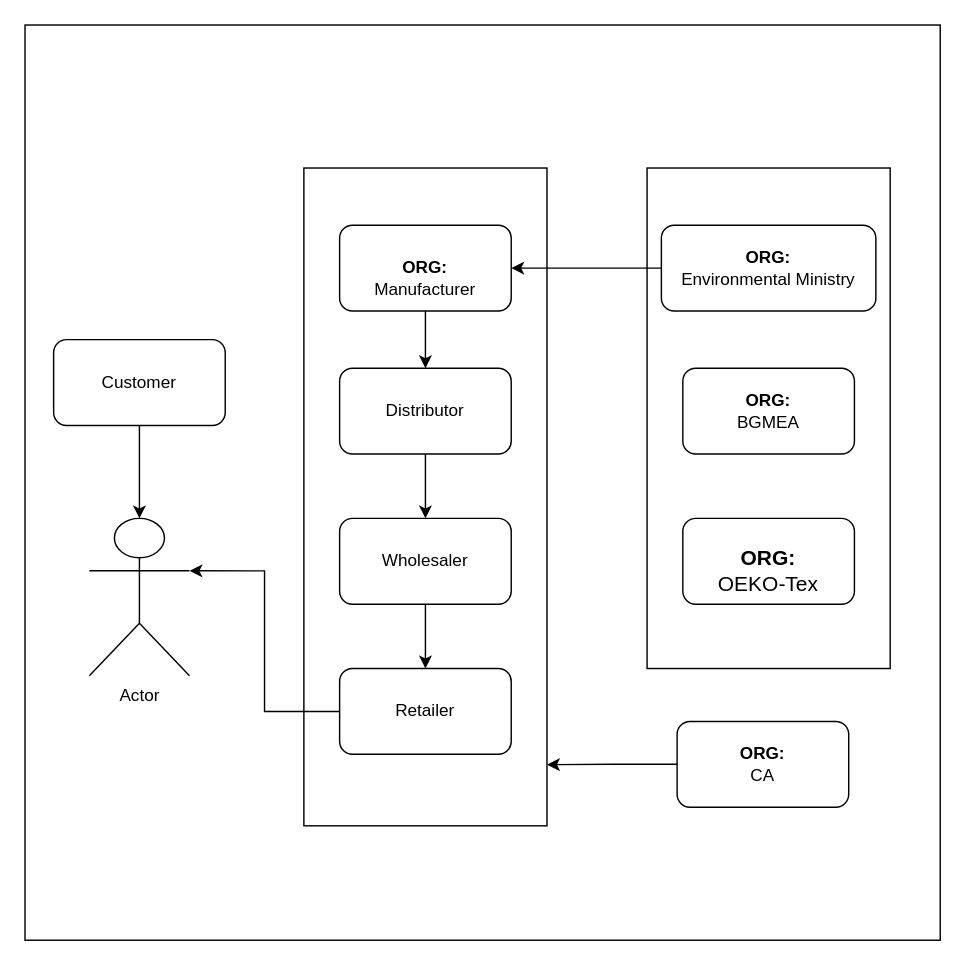
xack20/xack20 keeps this draw.io diagram as Untitled Diagram.drawio. Above is the earlier version. Source tidied: cells renumbered, new cells numbered last; positions are measured from the earlier drawing's top-left corner, leaving out a move shared by most shapes. Both pictures are drawn from the tidied source at 143%, with x=0, y=0 at pixel (24, 24).
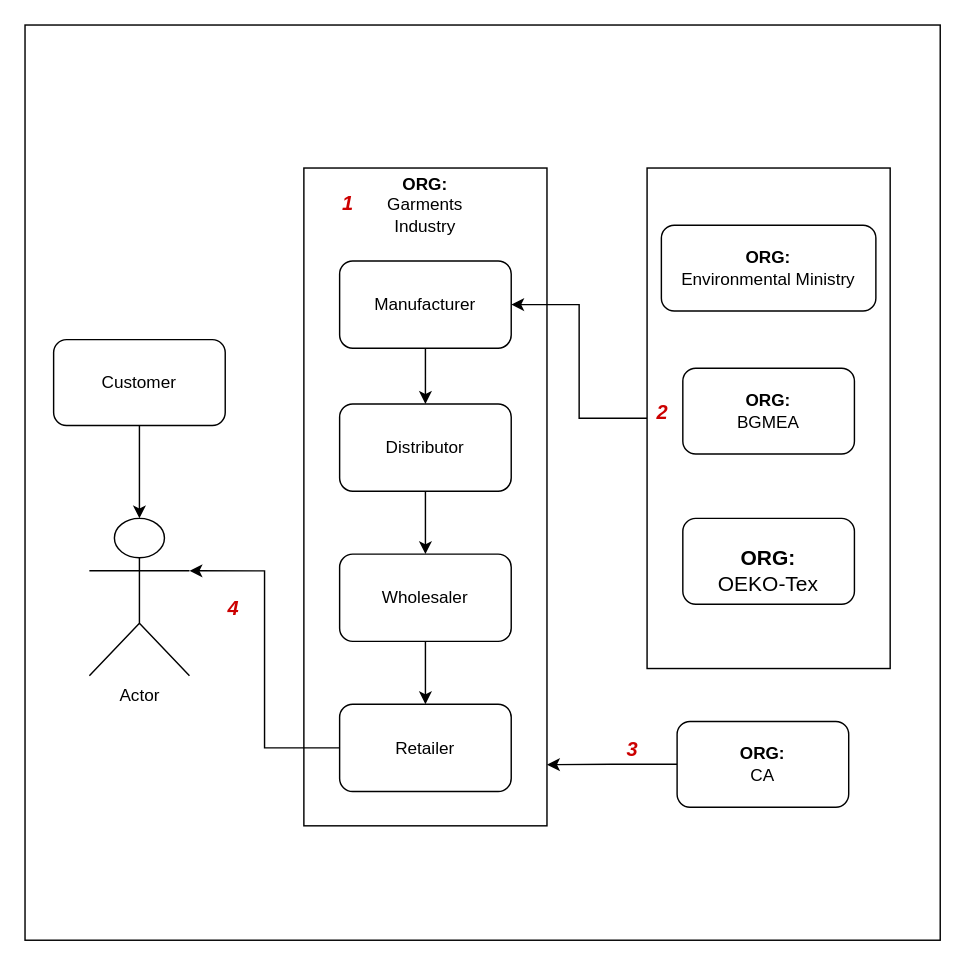
The same diagram, later.

Unchanged cells that the change refers to:
```xml
<mxCell id="17" style="rounded=0;whiteSpace=wrap;html=1;" parent="1" vertex="1">
  <mxGeometry x="435" y="100" width="170" height="350" as="geometry" />
</mxCell>
<mxCell id="21" value="&lt;b&gt;ORG:&lt;/b&gt;&lt;div&gt;Environmental Ministry&lt;/div&gt;" style="rounded=1;whiteSpace=wrap;html=1;" parent="1" vertex="1">
  <mxGeometry x="445" y="140" width="150" height="60" as="geometry" />
</mxCell>
```

Change to the diagram source:
```diff
@@
     <mxCell id="8" value="&lt;b&gt;&lt;/b&gt;&lt;div&gt;Distributor&lt;/div&gt;" style="rounded=1;whiteSpace=wrap;html=1;" parent="1" vertex="1">
-      <mxGeometry x="220" y="240" width="120" height="60" as="geometry" />
+      <mxGeometry x="220" y="265" width="120" height="61" as="geometry" />
     </mxCell>
@@
     <mxCell id="10" value="&lt;b&gt;&lt;/b&gt;&lt;div&gt;Wholesaler&lt;/div&gt;" style="rounded=1;whiteSpace=wrap;html=1;" parent="1" vertex="1">
-      <mxGeometry x="220" y="345" width="120" height="60" as="geometry" />
+      <mxGeometry x="220" y="370" width="120" height="61" as="geometry" />
     </mxCell>
@@
     <mxCell id="12" value="&lt;b&gt;&lt;/b&gt;&lt;div&gt;Retailer&lt;/div&gt;" style="rounded=1;whiteSpace=wrap;html=1;" parent="1" vertex="1">
-      <mxGeometry x="220" y="450" width="120" height="60" as="geometry" />
+      <mxGeometry x="220" y="475" width="120" height="61" as="geometry" />
     </mxCell>
@@
-    <mxCell id="14" value="&lt;br&gt;&lt;b&gt;ORG:&lt;/b&gt;&lt;br&gt;&lt;div&gt;Manufacturer&lt;/div&gt;" style="rounded=1;whiteSpace=wrap;html=1;" parent="1" vertex="1">
-      <mxGeometry x="220" y="140" width="120" height="60" as="geometry" />
+    <mxCell id="14" value="Manufacturer" style="rounded=1;whiteSpace=wrap;html=1;" parent="1" vertex="1">
+      <mxGeometry x="220" y="165" width="120" height="61" as="geometry" />
     </mxCell>
@@
+    <mxCell id="22" style="edgeStyle=orthogonalEdgeStyle;rounded=0;jettySize=auto;html=1;" parent="1" edge="1" source="17" target="14">
+      <mxGeometry relative="1" as="geometry" />
+    </mxCell>
@@
-    <mxCell id="20" style="edgeStyle=orthogonalEdgeStyle;rounded=0;jettySize=auto;html=1;" parent="1" edge="1" source="21" target="14">
-      <mxGeometry relative="1" as="geometry" />
-    </mxCell>
@@
+    <mxCell id="23" value="&lt;div&gt;&lt;b&gt;ORG:&lt;/b&gt;&lt;/div&gt;&lt;div&gt;Garments Industry&lt;br&gt;&lt;/div&gt;" style="text;html=1;strokeColor=none;fillColor=none;align=center;verticalAlign=middle;whiteSpace=wrap;rounded=0;" parent="1" vertex="1">
+      <mxGeometry x="260" y="117" width="40" height="17" as="geometry" />
+    </mxCell>
+    <mxCell id="24" value="&lt;font style=&quot;font-size: 18px&quot; color=&quot;#CC0000&quot;&gt;&lt;i&gt;&lt;b&gt;&lt;font style=&quot;font-size: 14px&quot;&gt;1&lt;/font&gt;&lt;/b&gt;&lt;/i&gt;&lt;/font&gt;" style="text;html=1;strokeColor=none;fillColor=none;align=center;verticalAlign=middle;whiteSpace=wrap;rounded=0;" parent="1" vertex="1">
+      <mxGeometry x="206" y="114" width="40" height="20" as="geometry" />
+    </mxCell>
+    <mxCell id="25" value="&lt;font style=&quot;font-size: 18px&quot;&gt;&lt;i&gt;&lt;font color=&quot;#CC0000&quot;&gt;&lt;b&gt;&lt;font style=&quot;font-size: 14px&quot;&gt;2&lt;/font&gt;&lt;/b&gt;&lt;/font&gt;&lt;/i&gt;&lt;/font&gt;" style="text;html=1;strokeColor=none;fillColor=none;align=center;verticalAlign=middle;whiteSpace=wrap;rounded=0;" parent="1" vertex="1">
+      <mxGeometry x="426" y="260" width="40" height="20" as="geometry" />
+    </mxCell>
+    <mxCell id="26" value="&lt;font style=&quot;font-size: 18px&quot;&gt;&lt;i&gt;&lt;font style=&quot;font-size: 14px&quot; color=&quot;#CC0000&quot;&gt;&lt;b&gt;3&lt;/b&gt;&lt;/font&gt;&lt;/i&gt;&lt;/font&gt;" style="text;html=1;strokeColor=none;fillColor=none;align=center;verticalAlign=middle;whiteSpace=wrap;rounded=0;" parent="1" vertex="1">
+      <mxGeometry x="405" y="495.5" width="40" height="20" as="geometry" />
+    </mxCell>
+    <mxCell id="27" value="&lt;font style=&quot;font-size: 18px&quot;&gt;&lt;i&gt;&lt;font color=&quot;#CC0000&quot;&gt;&lt;b&gt;&lt;font style=&quot;font-size: 14px&quot;&gt;4&lt;/font&gt;&lt;/b&gt;&lt;/font&gt;&lt;/i&gt;&lt;/font&gt;" style="text;html=1;strokeColor=none;fillColor=none;align=center;verticalAlign=middle;whiteSpace=wrap;rounded=0;" parent="1" vertex="1">
+      <mxGeometry x="126" y="397" width="40" height="20" as="geometry" />
+    </mxCell>
```
